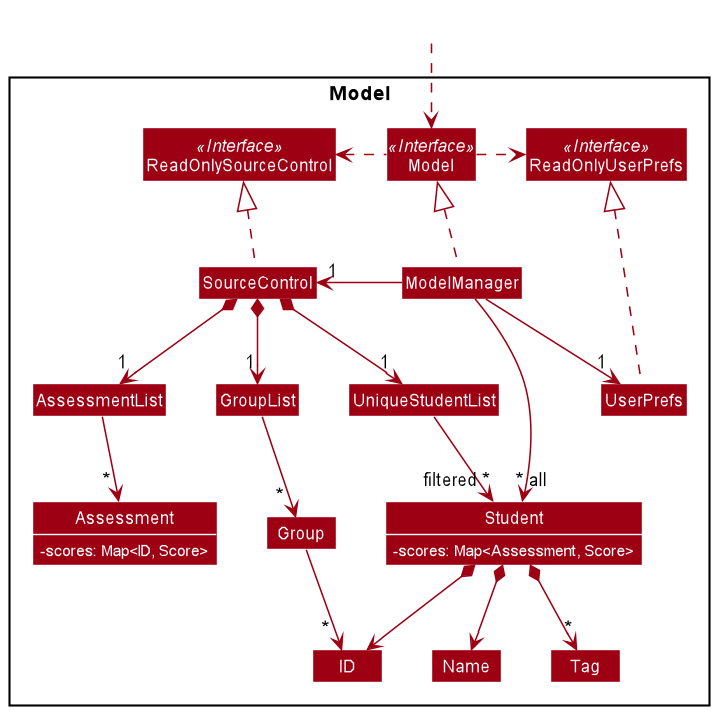
The PlantUML diagram docs/images/ModelClassDiagram.png in nus-cs2103-AY2122S1/tp, before a commit.
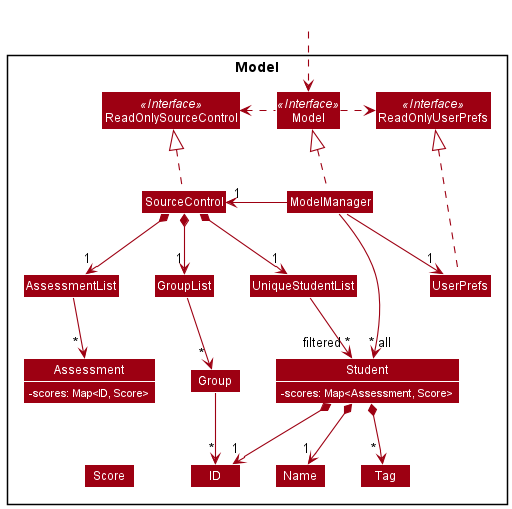
After the commit.

Commit message:
Add Score class and multiplicities for Name and ID to ModelClassDiagram

Diff of the diagram source:
```diff
@@ -26,6 +26,7 @@
 Class GroupList
 Class Group
 Class AssessmentList
+Class Score
 
 Class Assessment {
 - scores: Map<ID, Score>
@@ -50,16 +51,18 @@
 SourceControl *--> "1" AssessmentList
 
 UniqueStudentList --> "    ~* all" Student
-Student *--> Name
-Student *--> ID
-Student *--> "*" Tag
+Student *--> "1" Name
+Student *--> "1" ID
+Student *--> "~* " Tag
 
-GroupList --> "\t~*" Group
-Group --> "\t*" ID
+GroupList --> "~* " Group
+Group --> "*" ID
 
 AssessmentList --> "~* " Assessment
 
 Name -[hidden]right-> ID
+Score -[hidden]right-> ID
+Score -[hidden]up-> Assessment
 
 ModelManager --> "filtered ~*\t" Student
 @enduml
```
